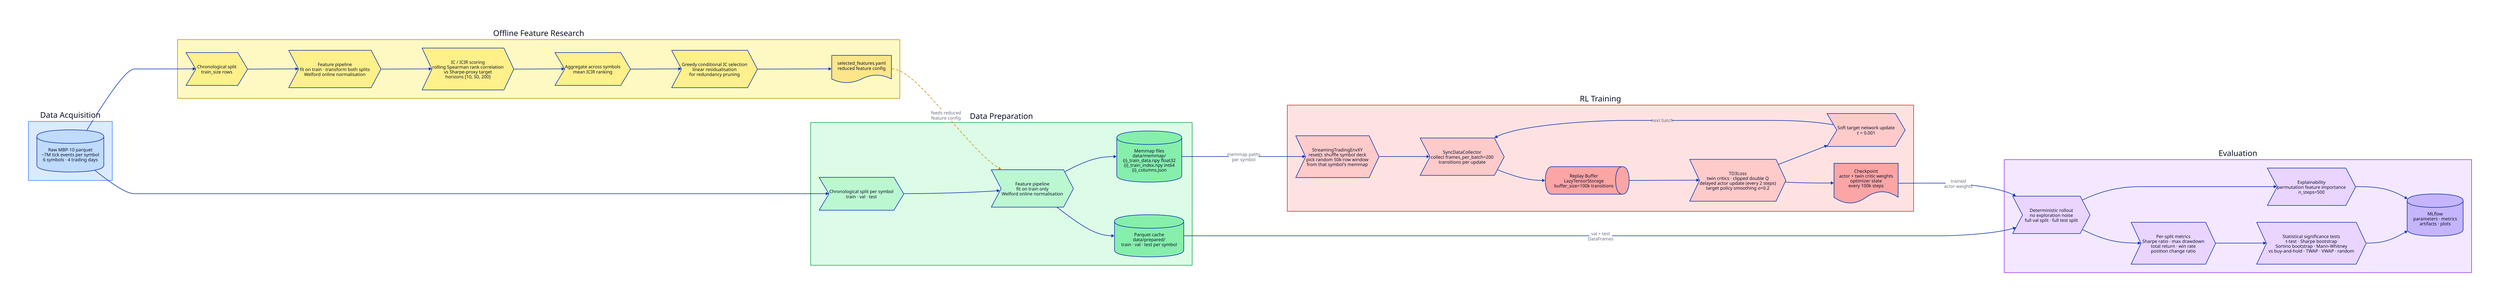
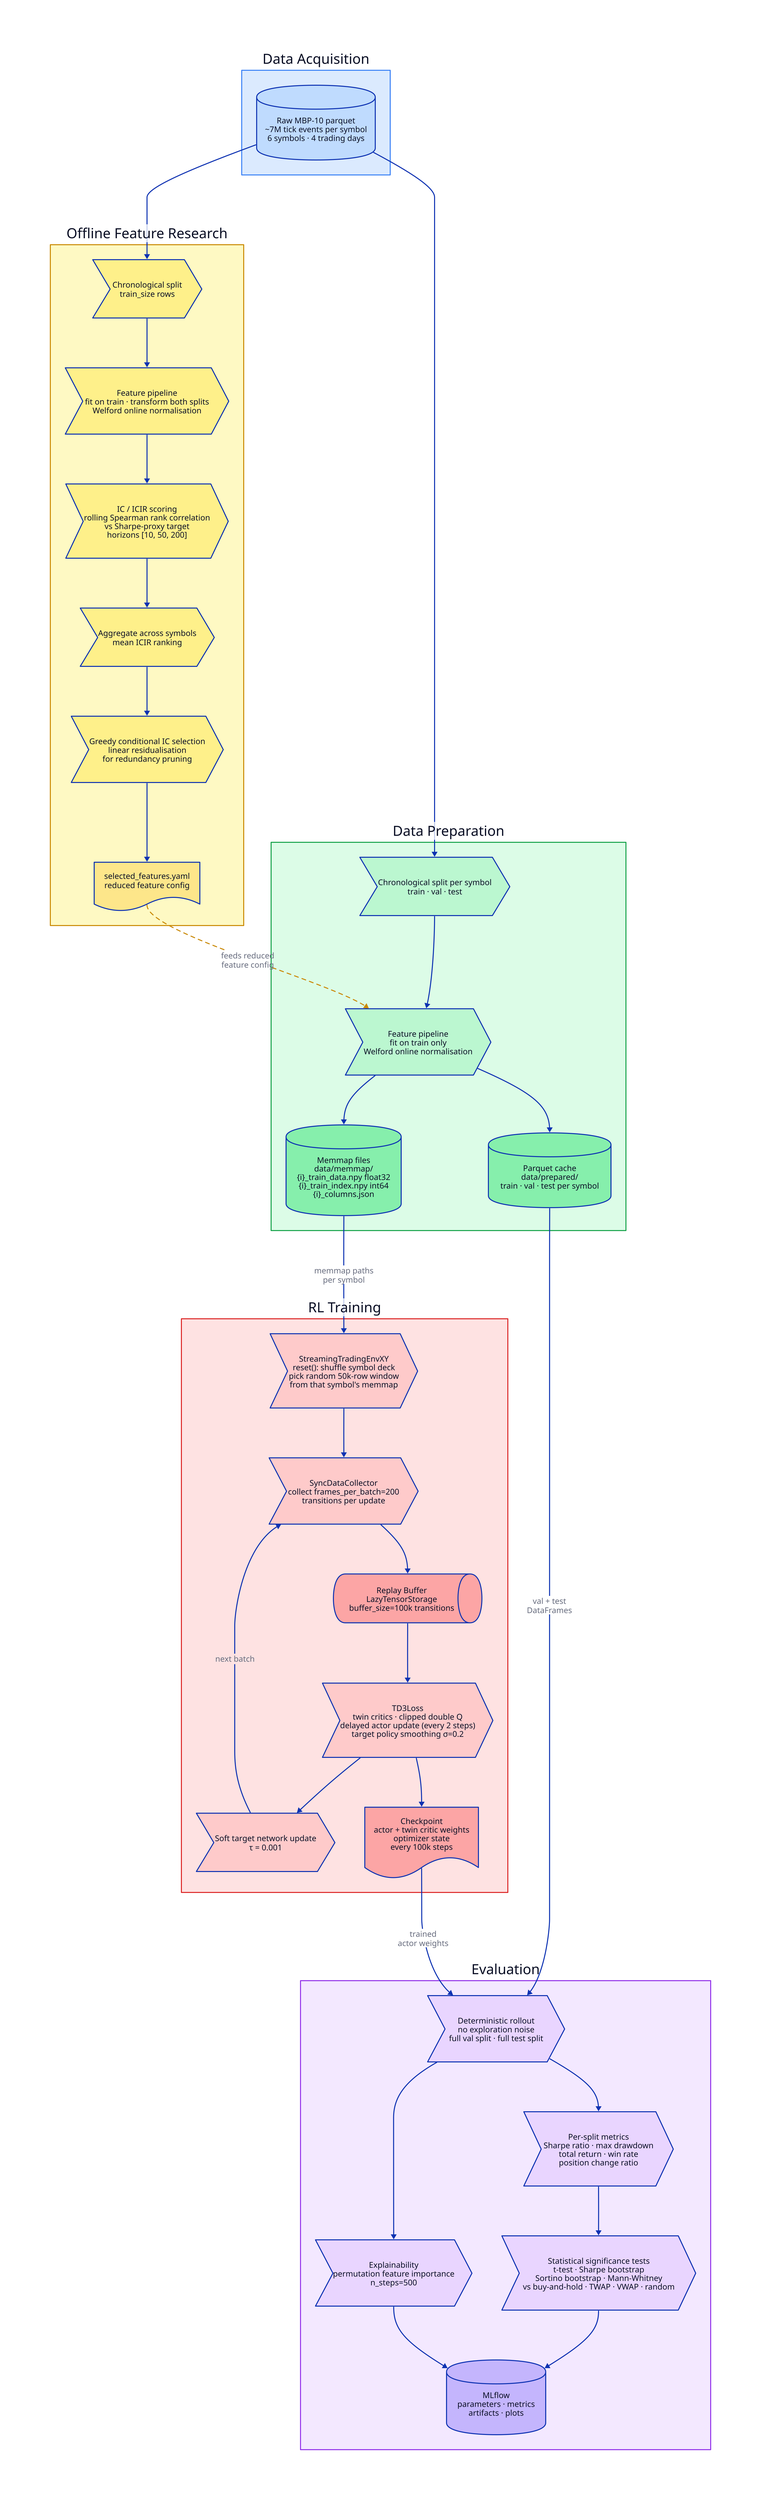
- direction: right
+ direction: down

# ─────────────────────────────────────────────
# Stage 1 – Raw data
# ─────────────────────────────────────────────
acquire: Data Acquisition {
  style.fill: "#dbeafe"
  style.stroke: "#3b82f6"

  parquet: "Raw MBP-10 parquet\n~7M tick events per symbol\n6 symbols · 4 trading days" {
    shape: cylinder
    style.fill: "#bfdbfe"
  }
}

# ─────────────────────────────────────────────
# Stage 2 – Offline feature research
# ─────────────────────────────────────────────
research: Offline Feature Research {
  style.fill: "#fef9c3"
  style.stroke: "#ca8a04"

  fr_split: "Chronological split\ntrain_size rows" {
    shape: step
    style.fill: "#fef08a"
  }

  fr_pipe: "Feature pipeline\nfit on train · transform both splits\nWelford online normalisation" {
    shape: step
    style.fill: "#fef08a"
  }

  fr_ic: "IC / ICIR scoring\nrolling Spearman rank correlation\nvs Sharpe-proxy target\nhorizons [10, 50, 200]" {
    shape: step
    style.fill: "#fef08a"
  }

  fr_agg: "Aggregate across symbols\nmean ICIR ranking" {
    shape: step
    style.fill: "#fef08a"
  }

  fr_sel: "Greedy conditional IC selection\nlinear residualisation\nfor redundancy pruning" {
    shape: step
    style.fill: "#fef08a"
  }

  fr_yaml: "selected_features.yaml\nreduced feature config" {
    shape: document
    style.fill: "#fde68a"
  }

  fr_split -> fr_pipe -> fr_ic -> fr_agg -> fr_sel -> fr_yaml
}

# ─────────────────────────────────────────────
# Stage 3 – Data preparation
# ─────────────────────────────────────────────
prep: Data Preparation {
  style.fill: "#dcfce7"
  style.stroke: "#16a34a"

  dp_split: "Chronological split per symbol\ntrain · val · test" {
    shape: step
    style.fill: "#bbf7d0"
  }

  dp_fit: "Feature pipeline\nfit on train only\nWelford online normalisation" {
    shape: step
    style.fill: "#bbf7d0"
  }

  dp_cache: "Parquet cache\ndata/prepared/\ntrain · val · test per symbol" {
    shape: cylinder
    style.fill: "#86efac"
  }

  dp_mem: "Memmap files\ndata/memmap/\n{i}_train_data.npy  float32\n{i}_train_index.npy  int64\n{i}_columns.json" {
    shape: cylinder
    style.fill: "#86efac"
  }

  dp_split -> dp_fit -> dp_cache
  dp_fit -> dp_mem
}

# ─────────────────────────────────────────────
# Stage 4 – RL training
# ─────────────────────────────────────────────
train: RL Training {
  style.fill: "#fee2e2"
  style.stroke: "#dc2626"

  env: "StreamingTradingEnvXY\nreset(): shuffle symbol deck\npick random 50k-row window\nfrom that symbol's memmap" {
    shape: step
    style.fill: "#fecaca"
  }

  collector: "SyncDataCollector\ncollect frames_per_batch=200\ntransitions per update" {
    shape: step
    style.fill: "#fecaca"
  }

  buffer: "Replay Buffer\nLazyTensorStorage\nbuffer_size=100k transitions" {
    shape: queue
    style.fill: "#fca5a5"
  }

  td3: "TD3Loss\ntwin critics · clipped double Q\ndelayed actor update (every 2 steps)\ntarget policy smoothing σ=0.2" {
    shape: step
    style.fill: "#fecaca"
  }

  soft: "Soft target network update\nτ = 0.001" {
    shape: step
    style.fill: "#fecaca"
  }

  ckpt: "Checkpoint\nactor + twin critic weights\noptimizer state\nevery 100k steps" {
    shape: document
    style.fill: "#fca5a5"
  }

  env -> collector -> buffer -> td3 -> soft
  soft -> collector: "next batch"
  td3 -> ckpt
}

# ─────────────────────────────────────────────
# Stage 5 – Evaluation
# ─────────────────────────────────────────────
eval: Evaluation {
  style.fill: "#f3e8ff"
  style.stroke: "#9333ea"

  backtest: "Deterministic rollout\nno exploration noise\nfull val split · full test split" {
    shape: step
    style.fill: "#e9d5ff"
  }

  metrics: "Per-split metrics\nSharpe ratio · max drawdown\ntotal return · win rate\nposition change ratio" {
    shape: step
    style.fill: "#e9d5ff"
  }

  stats: "Statistical significance tests\nt-test · Sharpe bootstrap\nSortino bootstrap · Mann-Whitney\nvs buy-and-hold · TWAP · VWAP · random" {
    shape: step
    style.fill: "#e9d5ff"
  }

  expl: "Explainability\npermutation feature importance\nn_steps=500" {
    shape: step
    style.fill: "#e9d5ff"
  }

  mlflow: "MLflow\nparameters · metrics\nartifacts · plots" {
    shape: cylinder
    style.fill: "#c4b5fd"
  }

  backtest -> metrics -> stats -> mlflow
  backtest -> expl -> mlflow
}

# ─────────────────────────────────────────────
# Cross-stage connections
# ─────────────────────────────────────────────
acquire.parquet -> research.fr_split
acquire.parquet -> prep.dp_split

research.fr_yaml -> prep.dp_fit: "feeds reduced\nfeature config" {
  style.stroke-dash: 4
  style.stroke: "#ca8a04"
}

prep.dp_mem -> train.env: "memmap paths\nper symbol"
prep.dp_cache -> eval.backtest: "val + test\nDataFrames"
train.ckpt -> eval.backtest: "trained\nactor weights"
